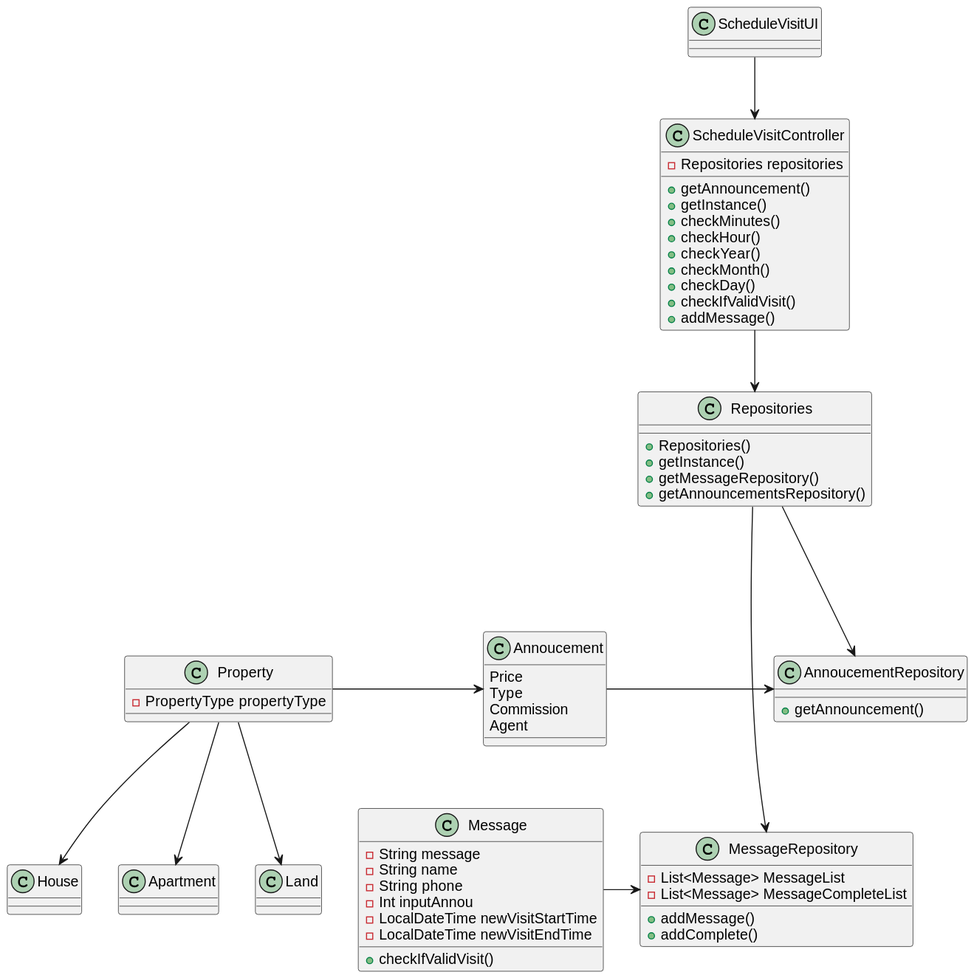
Above: docs/sprintD/us009/03.design/svg/us009-class-diagram.svg in 1220812/LAPR2 (PlantUML), before the change. Its diagram source:
```plantuml
@startuml
class ScheduleVisitUI{
}
class ScheduleVisitController{
-Repositories repositories

+getAnnouncement()
+getInstance()
+checkMinutes()
+checkHour()
+checkYear()
+checkMonth()
+checkDay()
+checkIfValidVisit()
+addMessage()
}

class Repositories{

+Repositories()
+getInstance()
+getMessageRepository()
+getAnnouncementsRepository()
}


class Message{
-String message
-String name
-String phone
-Int inputAnnou
-LocalDateTime newVisitStartTime
-LocalDateTime newVisitEndTime

+checkIfValidVisit()
}

class MessageRepository{
-List<Message> MessageList
-List<Message> MessageCompleteList

+addMessage()
+addComplete()
}

class Property{
-PropertyType propertyType
}
class House{
}
class Apartment{
}
class Land{
}

class Annoucement{
Price
Type
Commission
Agent
}

class AnnoucementRepository{
+getAnnouncement()
}



ScheduleVisitUI --> ScheduleVisitController

ScheduleVisitController --> Repositories

Repositories ----> MessageRepository
Repositories ---> AnnoucementRepository

Message ->MessageRepository



Annoucement -> AnnoucementRepository
Property -> Annoucement
Property --> House
Property --> Apartment
Property --> Land
@enduml
```
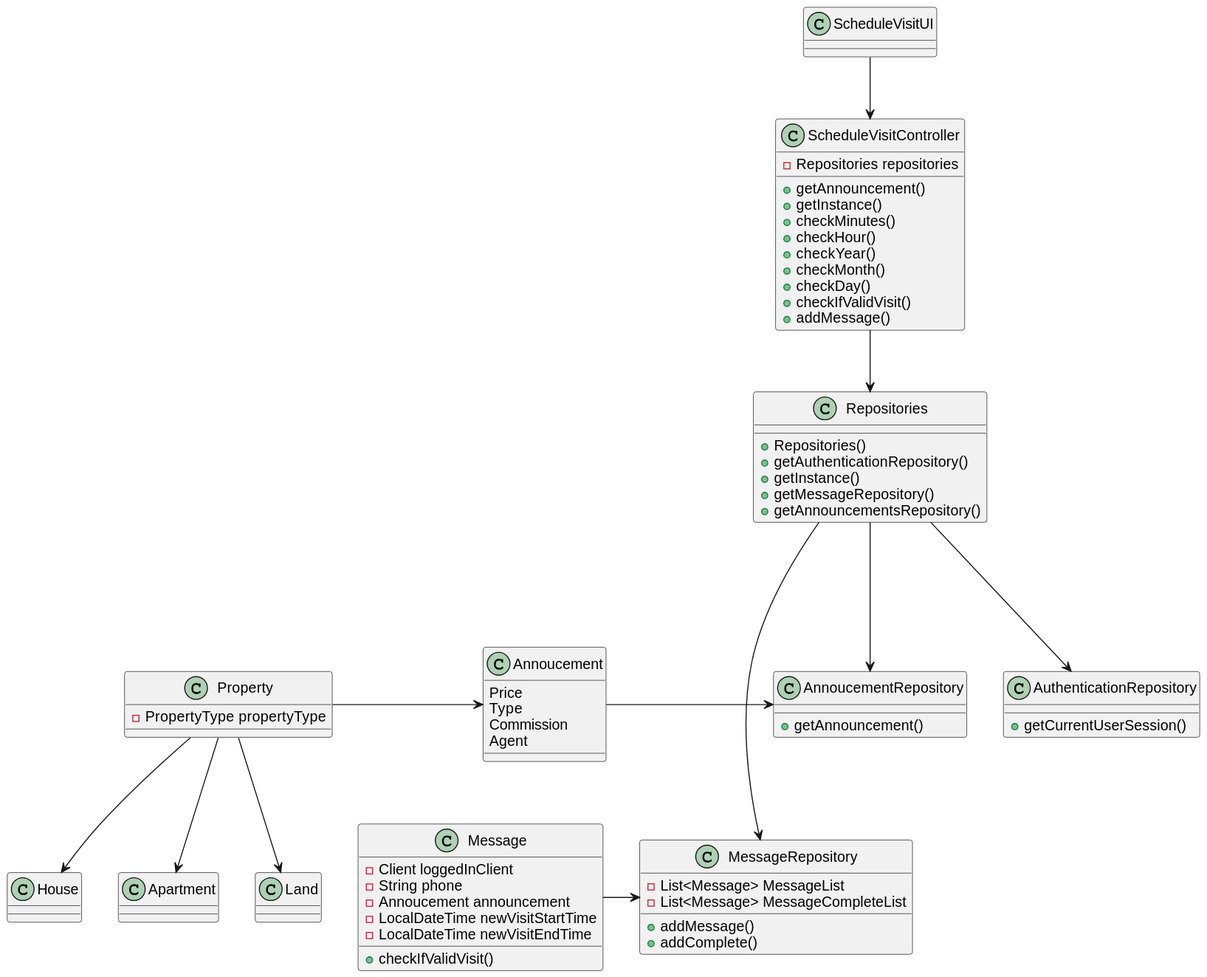
The same diagram one commit later.

Diff of the diagram source:
```diff
@@ -18,6 +18,7 @@
 class Repositories{
 
 +Repositories()
++getAuthenticationRepository()
 +getInstance()
 +getMessageRepository()
 +getAnnouncementsRepository()
@@ -25,10 +26,9 @@
 
 
 class Message{
--String message
--String name
+-Client loggedInClient
 -String phone
--Int inputAnnou
+-Annoucement announcement
 -LocalDateTime newVisitStartTime
 -LocalDateTime newVisitEndTime
 
@@ -41,6 +41,10 @@
 
 +addMessage()
 +addComplete()
+}
+
+class AuthenticationRepository{
++getCurrentUserSession()
 }
 
 class Property{
@@ -72,6 +76,7 @@
 
 Repositories ----> MessageRepository
 Repositories ---> AnnoucementRepository
+Repositories ---> AuthenticationRepository
 
 Message ->MessageRepository
 
```
